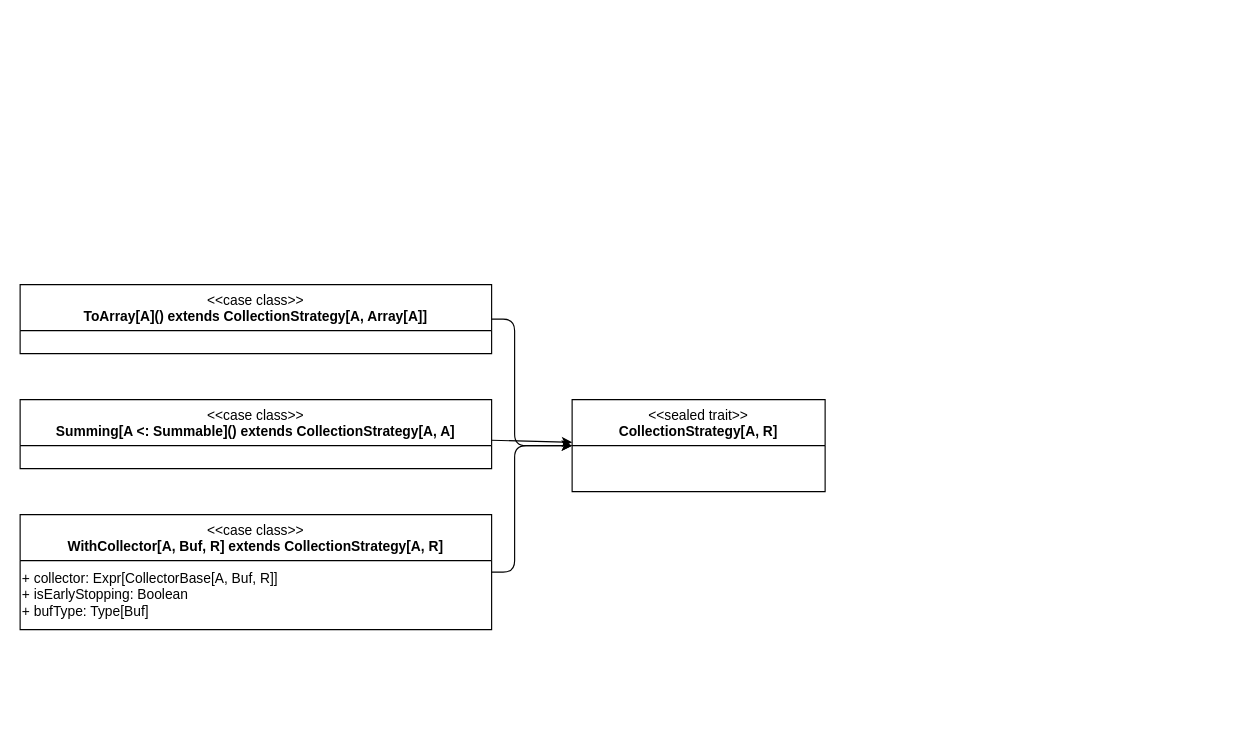
Before: relazione/drawio/collectionStrategy.drawio in leorm2002/stream-fusion, a draw.io diagram. Source tidied: cells renumbered, new cells numbered last; positions are measured from the earlier drawing's top-left corner, leaving out a move shared by most shapes. Both pictures are drawn from the tidied source at 115%, with x=0, y=0 at pixel (20, 284).
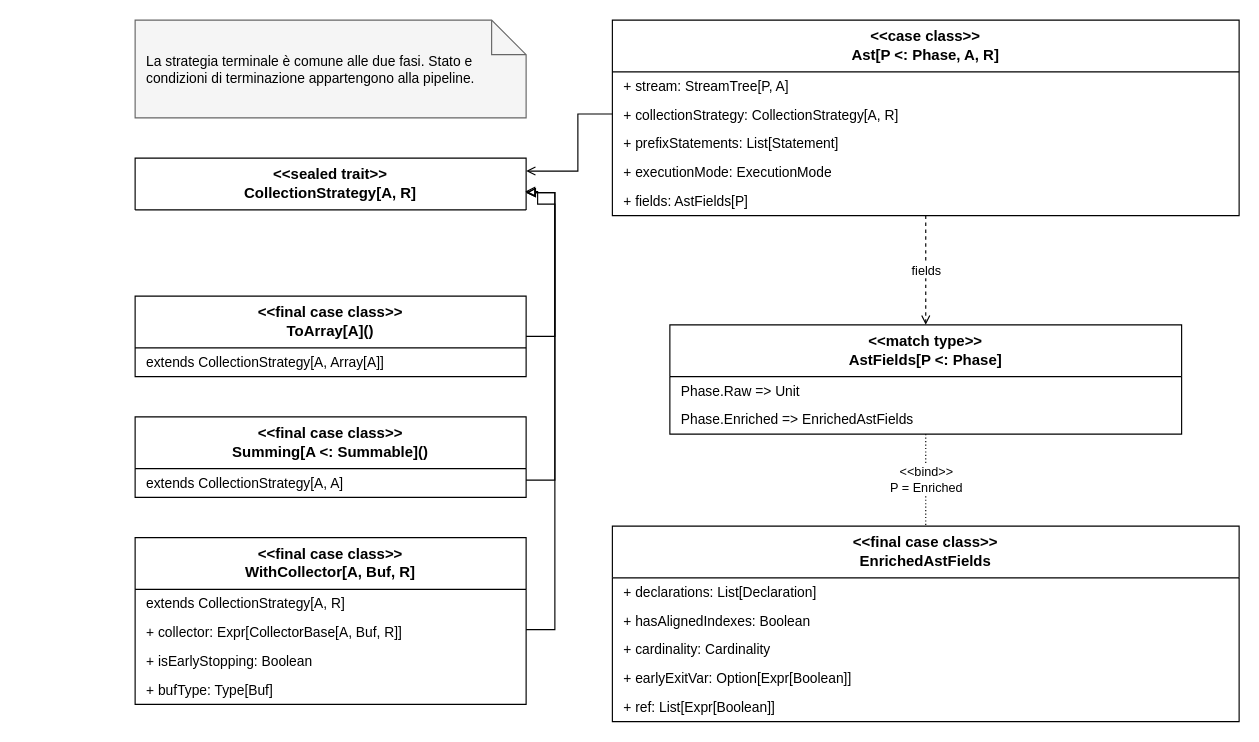
The same diagram, later.

The edit, as a diff of the source:
```diff
@@
-    <mxCell id="2" value="&amp;lt;&amp;lt;sealed trait&amp;gt;&amp;gt;&lt;br&gt;&lt;b&gt;CollectionStrategy[A, R]&lt;/b&gt;" style="swimlane;fontStyle=0;align=center;verticalAlign=top;horizontal=1;startSize=40;html=1;whiteSpace=wrap;" parent="1" vertex="1">
-      <mxGeometry x="480" y="100" width="220" height="80" as="geometry" />
+    <mxCell id="2" value="La strategia terminale è comune alle due fasi. Stato e condizioni di terminazione appartengono alla pipeline." style="shape=note;html=1;whiteSpace=wrap;align=left;verticalAlign=middle;spacing=10;fontSize=12;fillColor=#f5f5f5;strokeColor=#666666;" parent="1" vertex="1">
+      <mxGeometry x="100" y="-230" width="340" height="85" as="geometry" />
     </mxCell>
+    <mxCell id="10" value="&amp;lt;&amp;lt;sealed trait&amp;gt;&amp;gt;&lt;br&gt;&lt;b&gt;CollectionStrategy[A, R]&lt;/b&gt;" style="swimlane;html=1;whiteSpace=wrap;startSize=45;horizontal=1;align=center;verticalAlign=top;fontSize=13;fillColor=#ffffff;strokeColor=#000000;" parent="1" vertex="1">
+      <mxGeometry x="100" y="-110" width="340" height="45" as="geometry" />
+    </mxCell>
+    <mxCell id="4" value="&amp;lt;&amp;lt;final case class&amp;gt;&amp;gt;&lt;br&gt;&lt;b&gt;ToArray[A]()&lt;/b&gt;" style="swimlane;html=1;whiteSpace=wrap;startSize=45;horizontal=1;align=center;verticalAlign=top;fontSize=13;fillColor=#ffffff;strokeColor=#000000;" parent="1" vertex="1">
+      <mxGeometry x="100" y="10" width="340" height="70" as="geometry" />
+    </mxCell>
+    <mxCell id="11" value="extends CollectionStrategy[A, Array[A]]" style="text;html=1;whiteSpace=wrap;align=left;verticalAlign=middle;spacingLeft=8;spacingRight=8;strokeColor=none;fillColor=none;fontSize=12;" parent="4" vertex="1">
+      <mxGeometry y="45" width="340" height="25" as="geometry" />
+    </mxCell>
+    <mxCell id="6" value="&amp;lt;&amp;lt;final case class&amp;gt;&amp;gt;&lt;br&gt;&lt;b&gt;Summing[A &amp;lt;: Summable]()&lt;/b&gt;" style="swimlane;html=1;whiteSpace=wrap;startSize=45;horizontal=1;align=center;verticalAlign=top;fontSize=13;fillColor=#ffffff;strokeColor=#000000;" parent="1" vertex="1">
+      <mxGeometry x="100" y="115" width="340" height="70" as="geometry" />
+    </mxCell>
+    <mxCell id="8" value="extends CollectionStrategy[A, A]" style="text;html=1;whiteSpace=wrap;align=left;verticalAlign=middle;spacingLeft=8;spacingRight=8;strokeColor=none;fillColor=none;fontSize=12;" parent="6" vertex="1">
+      <mxGeometry y="45" width="340" height="25" as="geometry" />
+    </mxCell>
+    <mxCell id="12" value="&amp;lt;&amp;lt;final case class&amp;gt;&amp;gt;&lt;br&gt;&lt;b&gt;WithCollector[A, Buf, R]&lt;/b&gt;" style="swimlane;html=1;whiteSpace=wrap;startSize=45;horizontal=1;align=center;verticalAlign=top;fontSize=13;fillColor=#ffffff;strokeColor=#000000;" parent="1" vertex="1">
+      <mxGeometry x="100" y="220" width="340" height="145" as="geometry" />
+    </mxCell>
+    <mxCell id="9" value="extends CollectionStrategy[A, R]" style="text;html=1;whiteSpace=wrap;align=left;verticalAlign=middle;spacingLeft=8;spacingRight=8;strokeColor=none;fillColor=none;fontSize=12;" parent="12" vertex="1">
+      <mxGeometry y="45" width="340" height="25" as="geometry" />
+    </mxCell>
+    <mxCell id="13" value="+ collector: Expr[CollectorBase[A, Buf, R]]" style="text;html=1;whiteSpace=wrap;align=left;verticalAlign=middle;spacingLeft=8;spacingRight=8;strokeColor=none;fillColor=none;fontSize=12;" parent="12" vertex="1">
+      <mxGeometry y="70" width="340" height="25" as="geometry" />
+    </mxCell>
+    <mxCell id="14" value="+ isEarlyStopping: Boolean" style="text;html=1;whiteSpace=wrap;align=left;verticalAlign=middle;spacingLeft=8;spacingRight=8;strokeColor=none;fillColor=none;fontSize=12;" parent="12" vertex="1">
+      <mxGeometry y="95" width="340" height="25" as="geometry" />
+    </mxCell>
+    <mxCell id="15" value="+ bufType: Type[Buf]" style="text;html=1;whiteSpace=wrap;align=left;verticalAlign=middle;spacingLeft=8;spacingRight=8;strokeColor=none;fillColor=none;fontSize=12;" parent="12" vertex="1">
+      <mxGeometry y="120" width="340" height="25" as="geometry" />
+    </mxCell>
+    <mxCell id="16" value="&amp;lt;&amp;lt;case class&amp;gt;&amp;gt;&lt;br&gt;&lt;b&gt;Ast[P &amp;lt;: Phase, A, R]&lt;/b&gt;" style="swimlane;html=1;whiteSpace=wrap;startSize=45;horizontal=1;align=center;verticalAlign=top;fontSize=13;fillColor=#ffffff;strokeColor=#000000;" parent="1" vertex="1">
+      <mxGeometry x="515" y="-230" width="545" height="170" as="geometry" />
+    </mxCell>
+    <mxCell id="17" value="+ stream: StreamTree[P, A]" style="text;html=1;whiteSpace=wrap;align=left;verticalAlign=middle;spacingLeft=8;spacingRight=8;strokeColor=none;fillColor=none;fontSize=12;" parent="16" vertex="1">
+      <mxGeometry y="45" width="545" height="25" as="geometry" />
+    </mxCell>
+    <mxCell id="5" value="+ collectionStrategy: CollectionStrategy[A, R]" style="text;html=1;whiteSpace=wrap;align=left;verticalAlign=middle;spacingLeft=8;spacingRight=8;strokeColor=none;fillColor=none;fontSize=12;" parent="16" vertex="1">
+      <mxGeometry y="70" width="545" height="25" as="geometry" />
+    </mxCell>
+    <mxCell id="7" value="+ prefixStatements: List[Statement]" style="text;html=1;whiteSpace=wrap;align=left;verticalAlign=middle;spacingLeft=8;spacingRight=8;strokeColor=none;fillColor=none;fontSize=12;" parent="16" vertex="1">
+      <mxGeometry y="95" width="545" height="25" as="geometry" />
+    </mxCell>
-    <mxCell id="3" style="edgeStyle=none;html=1;" parent="1" edge="1">
-      <mxGeometry relative="1" as="geometry">
-        <mxPoint x="410" y="30" as="sourcePoint" />
-        <mxPoint x="480" y="140" as="targetPoint" />
-        <Array as="points">
-          <mxPoint x="430" y="30" />
-          <mxPoint x="430" y="140" />
-          <mxPoint x="460" y="140" />
-        </Array>
-      </mxGeometry>
+    <mxCell id="3" value="+ executionMode: ExecutionMode" style="text;html=1;whiteSpace=wrap;align=left;verticalAlign=middle;spacingLeft=8;spacingRight=8;strokeColor=none;fillColor=none;fontSize=12;" parent="16" vertex="1">
+      <mxGeometry y="120" width="545" height="25" as="geometry" />
     </mxCell>
-    <mxCell id="4" value="&amp;lt;&amp;lt;case class&amp;gt;&amp;gt;&lt;br&gt;&lt;b&gt;ToArray[A]() extends CollectionStrategy[A, Array[A]]&lt;/b&gt;" style="swimlane;fontStyle=0;align=center;verticalAlign=top;horizontal=1;startSize=40;html=1;whiteSpace=wrap;" parent="1" vertex="1">
-      <mxGeometry width="410" height="60" as="geometry" />
-    </mxCell>
-    <mxCell id="5" style="edgeStyle=none;html=1;" parent="1" edge="1" source="6" target="2">
-      <mxGeometry relative="1" as="geometry" />
-    </mxCell>
-    <mxCell id="6" value="&amp;lt;&amp;lt;case class&amp;gt;&amp;gt;&lt;br&gt;&lt;b&gt;Summing[A &amp;lt;: Summable]() extends CollectionStrategy[A, A]&lt;/b&gt;" style="swimlane;fontStyle=0;align=center;verticalAlign=top;horizontal=1;startSize=40;html=1;whiteSpace=wrap;" parent="1" vertex="1">
-      <mxGeometry y="100" width="410" height="60" as="geometry" />
-    </mxCell>
-    <mxCell id="7" style="edgeStyle=none;html=1;entryX=0;entryY=0.5;entryDx=0;entryDy=0;" parent="1" edge="1" source="8" target="2">
-      <mxGeometry relative="1" as="geometry">
-        <Array as="points">
-          <mxPoint x="430" y="250" />
-          <mxPoint x="430" y="140" />
-        </Array>
-      </mxGeometry>
-    </mxCell>
-    <mxCell id="8" value="&amp;lt;&amp;lt;case class&amp;gt;&amp;gt;&lt;br&gt;&lt;b&gt;WithCollector[A, Buf, R] extends CollectionStrategy[A, R]&lt;/b&gt;" style="swimlane;fontStyle=0;align=center;verticalAlign=top;horizontal=1;startSize=40;html=1;whiteSpace=wrap;" parent="1" vertex="1">
-      <mxGeometry y="200" width="410" height="100" as="geometry" />
-    </mxCell>
-    <mxCell id="9" value="+ collector: Expr[CollectorBase[A, Buf, R]]&#10;+ isEarlyStopping: Boolean&#10;+ bufType: Type[Buf]" style="text;html=1;align=left;verticalAlign=middle;strokeColor=none;fillColor=none;" parent="8" vertex="1">
-      <mxGeometry y="40" width="410" height="60" as="geometry" />
-    </mxCell>
+    <mxCell id="18" value="+ fields: AstFields[P]" style="text;html=1;whiteSpace=wrap;align=left;verticalAlign=middle;spacingLeft=8;spacingRight=8;strokeColor=none;fillColor=none;fontSize=12;" parent="16" vertex="1">
+      <mxGeometry y="145" width="545" height="25" as="geometry" />
+    </mxCell>
+    <mxCell id="19" value="&amp;lt;&amp;lt;match type&amp;gt;&amp;gt;&lt;br&gt;&lt;b&gt;AstFields[P &amp;lt;: Phase]&lt;/b&gt;" style="swimlane;html=1;whiteSpace=wrap;startSize=45;horizontal=1;align=center;verticalAlign=top;fontSize=13;fillColor=#ffffff;strokeColor=#000000;" parent="1" vertex="1">
+      <mxGeometry x="565" y="35" width="445" height="95" as="geometry" />
+    </mxCell>
+    <mxCell id="20" value="Phase.Raw =&amp;gt; Unit" style="text;html=1;whiteSpace=wrap;align=left;verticalAlign=middle;spacingLeft=8;spacingRight=8;strokeColor=none;fillColor=none;fontSize=12;" parent="19" vertex="1">
+      <mxGeometry y="45" width="445" height="25" as="geometry" />
+    </mxCell>
+    <mxCell id="21" value="Phase.Enriched =&amp;gt; EnrichedAstFields" style="text;html=1;whiteSpace=wrap;align=left;verticalAlign=middle;spacingLeft=8;spacingRight=8;strokeColor=none;fillColor=none;fontSize=12;" parent="19" vertex="1">
+      <mxGeometry y="70" width="445" height="25" as="geometry" />
+    </mxCell>
+    <mxCell id="22" value="&amp;lt;&amp;lt;final case class&amp;gt;&amp;gt;&lt;br&gt;&lt;b&gt;EnrichedAstFields&lt;/b&gt;" style="swimlane;html=1;whiteSpace=wrap;startSize=45;horizontal=1;align=center;verticalAlign=top;fontSize=13;fillColor=#ffffff;strokeColor=#000000;" parent="1" vertex="1">
+      <mxGeometry x="515" y="210" width="545" height="170" as="geometry" />
+    </mxCell>
+    <mxCell id="23" value="+ declarations: List[Declaration]" style="text;html=1;whiteSpace=wrap;align=left;verticalAlign=middle;spacingLeft=8;spacingRight=8;strokeColor=none;fillColor=none;fontSize=12;" parent="22" vertex="1">
+      <mxGeometry y="45" width="545" height="25" as="geometry" />
+    </mxCell>
+    <mxCell id="24" value="+ hasAlignedIndexes: Boolean" style="text;html=1;whiteSpace=wrap;align=left;verticalAlign=middle;spacingLeft=8;spacingRight=8;strokeColor=none;fillColor=none;fontSize=12;" parent="22" vertex="1">
+      <mxGeometry y="70" width="545" height="25" as="geometry" />
+    </mxCell>
+    <mxCell id="25" value="+ cardinality: Cardinality" style="text;html=1;whiteSpace=wrap;align=left;verticalAlign=middle;spacingLeft=8;spacingRight=8;strokeColor=none;fillColor=none;fontSize=12;" parent="22" vertex="1">
+      <mxGeometry y="95" width="545" height="25" as="geometry" />
+    </mxCell>
+    <mxCell id="26" value="+ earlyExitVar: Option[Expr[Boolean]]" style="text;html=1;whiteSpace=wrap;align=left;verticalAlign=middle;spacingLeft=8;spacingRight=8;strokeColor=none;fillColor=none;fontSize=12;" parent="22" vertex="1">
+      <mxGeometry y="120" width="545" height="25" as="geometry" />
+    </mxCell>
+    <mxCell id="27" value="+ ref: List[Expr[Boolean]]" style="text;html=1;whiteSpace=wrap;align=left;verticalAlign=middle;spacingLeft=8;spacingRight=8;strokeColor=none;fillColor=none;fontSize=12;" parent="22" vertex="1">
+      <mxGeometry y="145" width="545" height="25" as="geometry" />
+    </mxCell>
+    <mxCell id="28" style="edgeStyle=orthogonalEdgeStyle;rounded=0;html=1;fontSize=11;labelBackgroundColor=#ffffff;endArrow=open;endFill=0;exitX=0;exitY=0.48;entryX=1;entryY=0.25;entryDx=0;entryDy=0;" parent="1" edge="1" source="16" target="10">
+      <mxGeometry x="0.09" relative="1" as="geometry">
+        <Array as="points">
+          <mxPoint x="485" y="-148.4" />
+          <mxPoint x="485" y="-98.7" />
+        </Array>
+      </mxGeometry>
+    </mxCell>
+    <mxCell id="29" style="edgeStyle=orthogonalEdgeStyle;rounded=0;html=1;fontSize=11;labelBackgroundColor=#ffffff;endArrow=block;endFill=0;exitX=1;exitY=0.5;entryX=0.998;entryY=0.645;entryDx=0;entryDy=0;entryPerimeter=0;" parent="1" edge="1" source="4" target="10">
+      <mxGeometry x="0.03" relative="1" as="geometry">
+        <Array as="points">
+          <mxPoint x="465" y="45" />
+          <mxPoint x="465" y="-70" />
+          <mxPoint x="450" y="-70" />
+          <mxPoint x="450" y="-81" />
+        </Array>
+      </mxGeometry>
+    </mxCell>
+    <mxCell id="30" style="edgeStyle=orthogonalEdgeStyle;rounded=0;html=1;fontSize=11;labelBackgroundColor=#ffffff;endArrow=block;endFill=0;exitX=1;exitY=0.5;" parent="1" edge="1" target="10">
+      <mxGeometry x="-0.04" relative="1" as="geometry">
+        <mxPoint x="440" y="170" as="sourcePoint" />
+        <Array as="points">
+          <mxPoint x="465" y="170" />
+          <mxPoint x="465" y="-80" />
+        </Array>
+      </mxGeometry>
+    </mxCell>
+    <mxCell id="31" style="edgeStyle=orthogonalEdgeStyle;rounded=0;html=1;fontSize=11;labelBackgroundColor=#ffffff;endArrow=block;endFill=0;exitX=1;exitY=0.5;entryX=1;entryY=0.5;" parent="1" edge="1">
+      <mxGeometry relative="1" as="geometry">
+        <mxPoint x="440" y="300" as="sourcePoint" />
+        <mxPoint x="440" y="-80" as="targetPoint" />
+        <Array as="points">
+          <mxPoint x="465" y="300" />
+          <mxPoint x="465" y="-80" />
+        </Array>
+      </mxGeometry>
+    </mxCell>
+    <mxCell id="32" value="fields" style="edgeStyle=orthogonalEdgeStyle;rounded=0;html=1;fontSize=11;labelBackgroundColor=#ffffff;dashed=1;endArrow=open;endFill=0;exitX=0.5;exitY=1;entryX=0.5;entryY=0;" parent="1" edge="1" source="16" target="19">
+      <mxGeometry relative="1" as="geometry" />
+    </mxCell>
+    <mxCell id="33" value="&amp;lt;&amp;lt;bind&amp;gt;&amp;gt;&lt;br&gt;P = Enriched" style="edgeStyle=orthogonalEdgeStyle;rounded=0;html=1;fontSize=11;labelBackgroundColor=#ffffff;dashed=1;endArrow=none;endFill=0;exitX=0.5;exitY=1;entryX=0.5;entryY=0;dashPattern=1 2;" parent="1" edge="1" source="19" target="22">
+      <mxGeometry relative="1" as="geometry" />
+    </mxCell>
```
